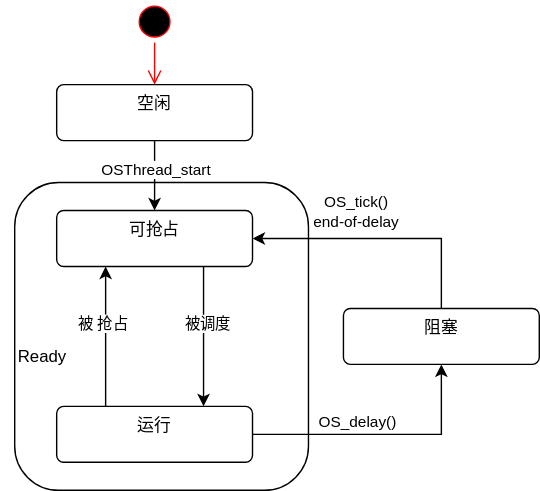
raychenv/learn_embedded_system keeps this draw.io diagram as moderm_embeded/images/thread_blocking.drawio.svg. Above is the earlier version. Source tidied: cells renumbered, new cells last; positions are measured from the earlier drawing's top-left corner, leaving out a move shared by most shapes. Its diagram source:
```xml
<mxGraphModel>
  <root>
    <mxCell id="0" />
    <mxCell id="1" parent="0" />
    <mxCell id="2" style="ellipse;html=1;shape=startState;fillColor=#000000;strokeColor=#ff0000;" parent="1" vertex="1">
      <mxGeometry x="95" width="30" height="30" as="geometry" />
    </mxCell>
    <mxCell id="3" style="edgeStyle=orthogonalEdgeStyle;html=1;verticalAlign=bottom;endArrow=open;endSize=8;strokeColor=#ff0000;rounded=0;entryX=0.5;entryY=0;entryDx=0;entryDy=0;" parent="1" edge="1" source="2" target="6">
      <mxGeometry relative="1" as="geometry" />
    </mxCell>
    <mxCell id="4" style="edgeStyle=orthogonalEdgeStyle;rounded=0;jettySize=auto;html=1;entryX=0.5;entryY=0;entryDx=0;entryDy=0;" parent="1" edge="1" source="6" target="9">
      <mxGeometry relative="1" as="geometry" />
    </mxCell>
    <mxCell id="5" value="OSThread_start" style="edgeLabel;html=1;align=center;verticalAlign=middle;" parent="4" vertex="1">
      <mxGeometry x="-0.21" relative="1" as="geometry" />
    </mxCell>
    <mxCell id="6" value="空闲" style="html=1;align=center;verticalAlign=top;rounded=1;absoluteArcSize=1;arcSize=10;dashed=0;whiteSpace=wrap;" parent="1" vertex="1">
      <mxGeometry x="40" y="60" width="140" height="40" as="geometry" />
    </mxCell>
    <mxCell id="7" style="edgeStyle=orthogonalEdgeStyle;rounded=0;jettySize=auto;html=1;entryX=0.75;entryY=0;entryDx=0;entryDy=0;exitX=0.75;exitY=1;exitDx=0;exitDy=0;" parent="1" edge="1" source="9" target="14">
      <mxGeometry relative="1" as="geometry" />
    </mxCell>
    <mxCell id="8" value="被调度" style="edgeLabel;html=1;align=center;verticalAlign=middle;" parent="7" vertex="1">
      <mxGeometry x="0.02" y="2" relative="1" as="geometry">
        <mxPoint y="-11" as="offset" />
      </mxGeometry>
    </mxCell>
    <mxCell id="9" value="可抢占" style="html=1;align=center;verticalAlign=top;rounded=1;absoluteArcSize=1;arcSize=10;dashed=0;whiteSpace=wrap;" parent="1" vertex="1">
      <mxGeometry x="40" y="150" width="140" height="40" as="geometry" />
    </mxCell>
    <mxCell id="10" style="edgeStyle=orthogonalEdgeStyle;rounded=0;jettySize=auto;html=1;exitX=0.25;exitY=0;exitDx=0;exitDy=0;entryX=0.25;entryY=1;entryDx=0;entryDy=0;" parent="1" edge="1" source="14" target="9">
      <mxGeometry relative="1" as="geometry" />
    </mxCell>
    <mxCell id="11" value="被&lt;span style=&quot;background-color: light-dark(#ffffff, var(--ge-dark-color, #121212)); color: light-dark(rgb(0, 0, 0), rgb(255, 255, 255));&quot;&gt;抢占&lt;/span&gt;" style="edgeLabel;html=1;align=center;verticalAlign=middle;" parent="10" vertex="1">
      <mxGeometry x="0.06" y="3" relative="1" as="geometry">
        <mxPoint y="-7" as="offset" />
      </mxGeometry>
    </mxCell>
    <mxCell id="12" style="edgeStyle=orthogonalEdgeStyle;rounded=0;jettySize=auto;html=1;exitX=1;exitY=0.5;exitDx=0;exitDy=0;entryX=0.5;entryY=1;entryDx=0;entryDy=0;" parent="1" edge="1" source="14" target="17">
      <mxGeometry relative="1" as="geometry" />
    </mxCell>
    <mxCell id="13" value="OS_delay()" style="edgeLabel;html=1;align=center;verticalAlign=middle;" parent="12" vertex="1">
      <mxGeometry x="-0.2" y="1" relative="1" as="geometry">
        <mxPoint y="-9" as="offset" />
      </mxGeometry>
    </mxCell>
    <mxCell id="14" value="运行" style="html=1;align=center;verticalAlign=top;rounded=1;absoluteArcSize=1;arcSize=10;dashed=0;whiteSpace=wrap;" parent="1" vertex="1">
      <mxGeometry x="40" y="290" width="140" height="40" as="geometry" />
    </mxCell>
    <mxCell id="15" style="edgeStyle=orthogonalEdgeStyle;rounded=0;jettySize=auto;html=1;exitX=0.5;exitY=0;exitDx=0;exitDy=0;entryX=1;entryY=0.5;entryDx=0;entryDy=0;" parent="1" edge="1" source="17" target="9">
      <mxGeometry relative="1" as="geometry" />
    </mxCell>
    <mxCell id="16" value="OS_tick()&lt;div&gt;end-of-delay&lt;/div&gt;" style="edgeLabel;html=1;align=center;verticalAlign=middle;" parent="15" vertex="1">
      <mxGeometry x="0.21" y="1" relative="1" as="geometry">
        <mxPoint y="-21" as="offset" />
      </mxGeometry>
    </mxCell>
    <mxCell id="17" value="阻塞" style="html=1;align=center;verticalAlign=top;rounded=1;absoluteArcSize=1;arcSize=10;dashed=0;whiteSpace=wrap;" parent="1" vertex="1">
      <mxGeometry x="245" y="220" width="140" height="40" as="geometry" />
    </mxCell>
    <mxCell id="18" style="rounded=1;whiteSpace=wrap;html=1;fillColor=none;" parent="1" vertex="1">
      <mxGeometry x="10" y="130" width="210" height="220" as="geometry" />
    </mxCell>
    <mxCell id="19" value="Ready" style="text;html=1;align=center;verticalAlign=middle;whiteSpace=wrap;rounded=0;" parent="1" vertex="1">
      <mxGeometry y="240" width="60" height="30" as="geometry" />
    </mxCell>
  </root>
</mxGraphModel>
```
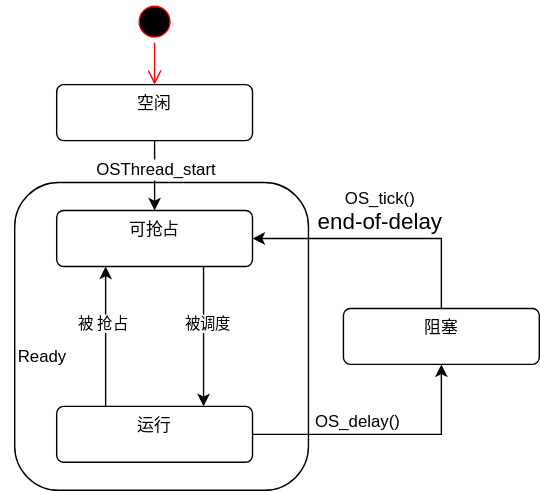
The same file after the commit.

Diff of the diagram source:
```diff
@@ -2,6 +2,9 @@
   <root>
     <mxCell id="0" />
     <mxCell id="1" parent="0" />
+    <mxCell id="18" style="rounded=1;whiteSpace=wrap;html=1;fillColor=none;" parent="1" vertex="1">
+      <mxGeometry x="10" y="130" width="210" height="220" as="geometry" />
+    </mxCell>
     <mxCell id="2" style="ellipse;html=1;shape=startState;fillColor=#000000;strokeColor=#ff0000;" parent="1" vertex="1">
       <mxGeometry x="95" width="30" height="30" as="geometry" />
     </mxCell>
@@ -11,7 +14,7 @@
     <mxCell id="4" style="edgeStyle=orthogonalEdgeStyle;rounded=0;jettySize=auto;html=1;entryX=0.5;entryY=0;entryDx=0;entryDy=0;" parent="1" edge="1" source="6" target="9">
       <mxGeometry relative="1" as="geometry" />
     </mxCell>
-    <mxCell id="5" value="OSThread_start" style="edgeLabel;html=1;align=center;verticalAlign=middle;" parent="4" vertex="1">
+    <mxCell id="5" value="&lt;font style=&quot;font-size: 12px;&quot;&gt;OSThread_start&lt;/font&gt;" style="edgeLabel;html=1;align=center;verticalAlign=middle;" parent="4" vertex="1">
       <mxGeometry x="-0.21" relative="1" as="geometry" />
     </mxCell>
     <mxCell id="6" value="空闲" style="html=1;align=center;verticalAlign=top;rounded=1;absoluteArcSize=1;arcSize=10;dashed=0;whiteSpace=wrap;" parent="1" vertex="1">
@@ -39,7 +42,7 @@
     <mxCell id="12" style="edgeStyle=orthogonalEdgeStyle;rounded=0;jettySize=auto;html=1;exitX=1;exitY=0.5;exitDx=0;exitDy=0;entryX=0.5;entryY=1;entryDx=0;entryDy=0;" parent="1" edge="1" source="14" target="17">
       <mxGeometry relative="1" as="geometry" />
     </mxCell>
-    <mxCell id="13" value="OS_delay()" style="edgeLabel;html=1;align=center;verticalAlign=middle;" parent="12" vertex="1">
+    <mxCell id="13" value="&lt;font style=&quot;font-size: 12px;&quot;&gt;OS_delay()&lt;/font&gt;" style="edgeLabel;html=1;align=center;verticalAlign=middle;" parent="12" vertex="1">
       <mxGeometry x="-0.2" y="1" relative="1" as="geometry">
         <mxPoint y="-9" as="offset" />
       </mxGeometry>
@@ -50,17 +53,14 @@
     <mxCell id="15" style="edgeStyle=orthogonalEdgeStyle;rounded=0;jettySize=auto;html=1;exitX=0.5;exitY=0;exitDx=0;exitDy=0;entryX=1;entryY=0.5;entryDx=0;entryDy=0;" parent="1" edge="1" source="17" target="9">
       <mxGeometry relative="1" as="geometry" />
     </mxCell>
-    <mxCell id="16" value="OS_tick()&lt;div&gt;end-of-delay&lt;/div&gt;" style="edgeLabel;html=1;align=center;verticalAlign=middle;" parent="15" vertex="1">
+    <mxCell id="16" value="&lt;font style=&quot;font-size: 12px;&quot;&gt;OS_tick()&lt;/font&gt;&lt;div&gt;&lt;font size=&quot;3&quot;&gt;end-of-delay&lt;/font&gt;&lt;/div&gt;" style="edgeLabel;html=1;align=center;verticalAlign=middle;" parent="15" vertex="1">
       <mxGeometry x="0.21" y="1" relative="1" as="geometry">
-        <mxPoint y="-21" as="offset" />
+        <mxPoint x="17" y="-21" as="offset" />
       </mxGeometry>
     </mxCell>
     <mxCell id="17" value="阻塞" style="html=1;align=center;verticalAlign=top;rounded=1;absoluteArcSize=1;arcSize=10;dashed=0;whiteSpace=wrap;" parent="1" vertex="1">
       <mxGeometry x="245" y="220" width="140" height="40" as="geometry" />
     </mxCell>
-    <mxCell id="18" style="rounded=1;whiteSpace=wrap;html=1;fillColor=none;" parent="1" vertex="1">
-      <mxGeometry x="10" y="130" width="210" height="220" as="geometry" />
-    </mxCell>
     <mxCell id="19" value="Ready" style="text;html=1;align=center;verticalAlign=middle;whiteSpace=wrap;rounded=0;" parent="1" vertex="1">
       <mxGeometry y="240" width="60" height="30" as="geometry" />
     </mxCell>
```
